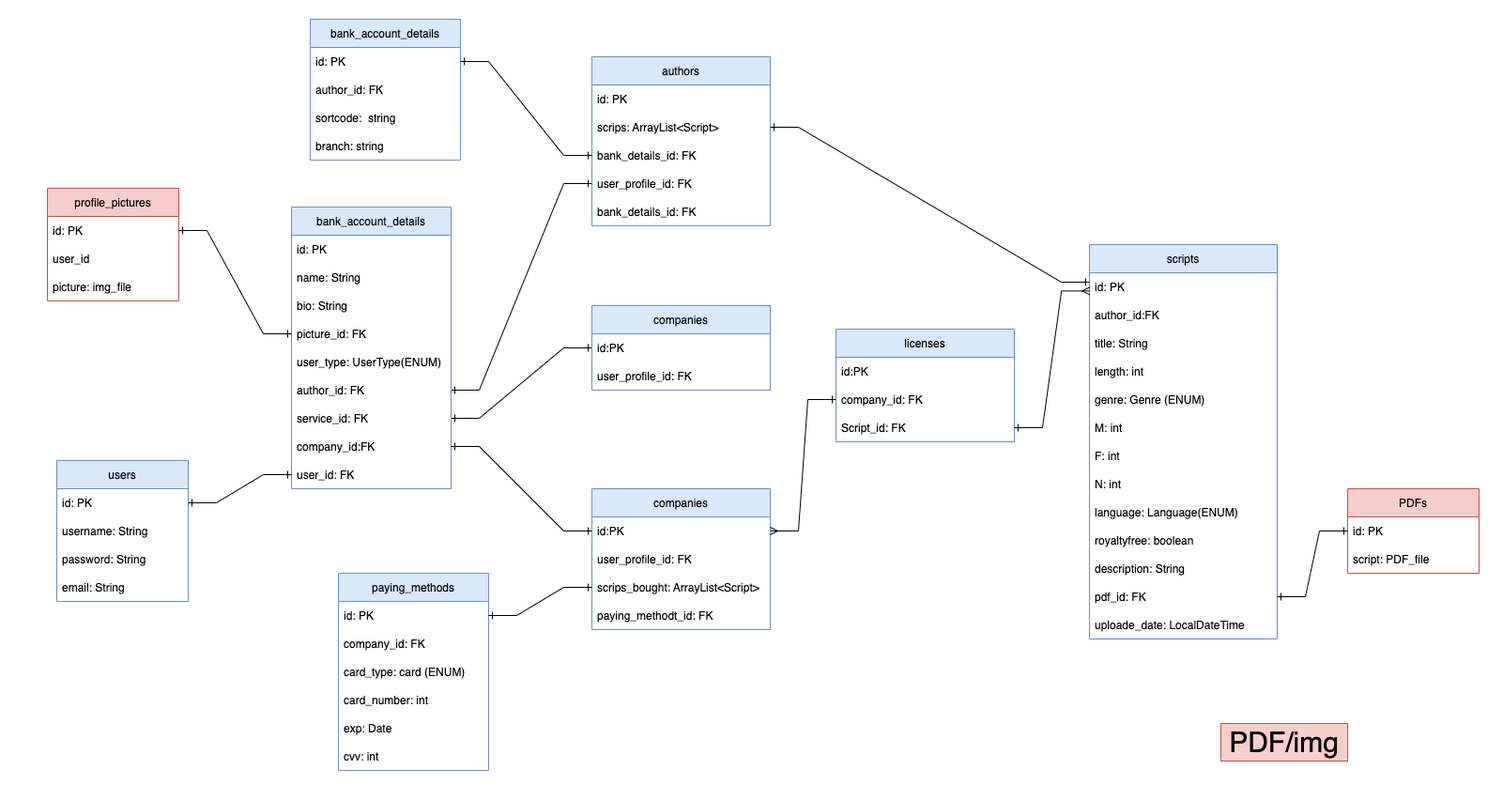
The draw.io diagram planning/db_diagram.png in StBinando/QUILL, before a commit. Source tidied: cells renumbered, new cells last; positions are measured from the earlier drawing's top-left corner, leaving out a move shared by most shapes.
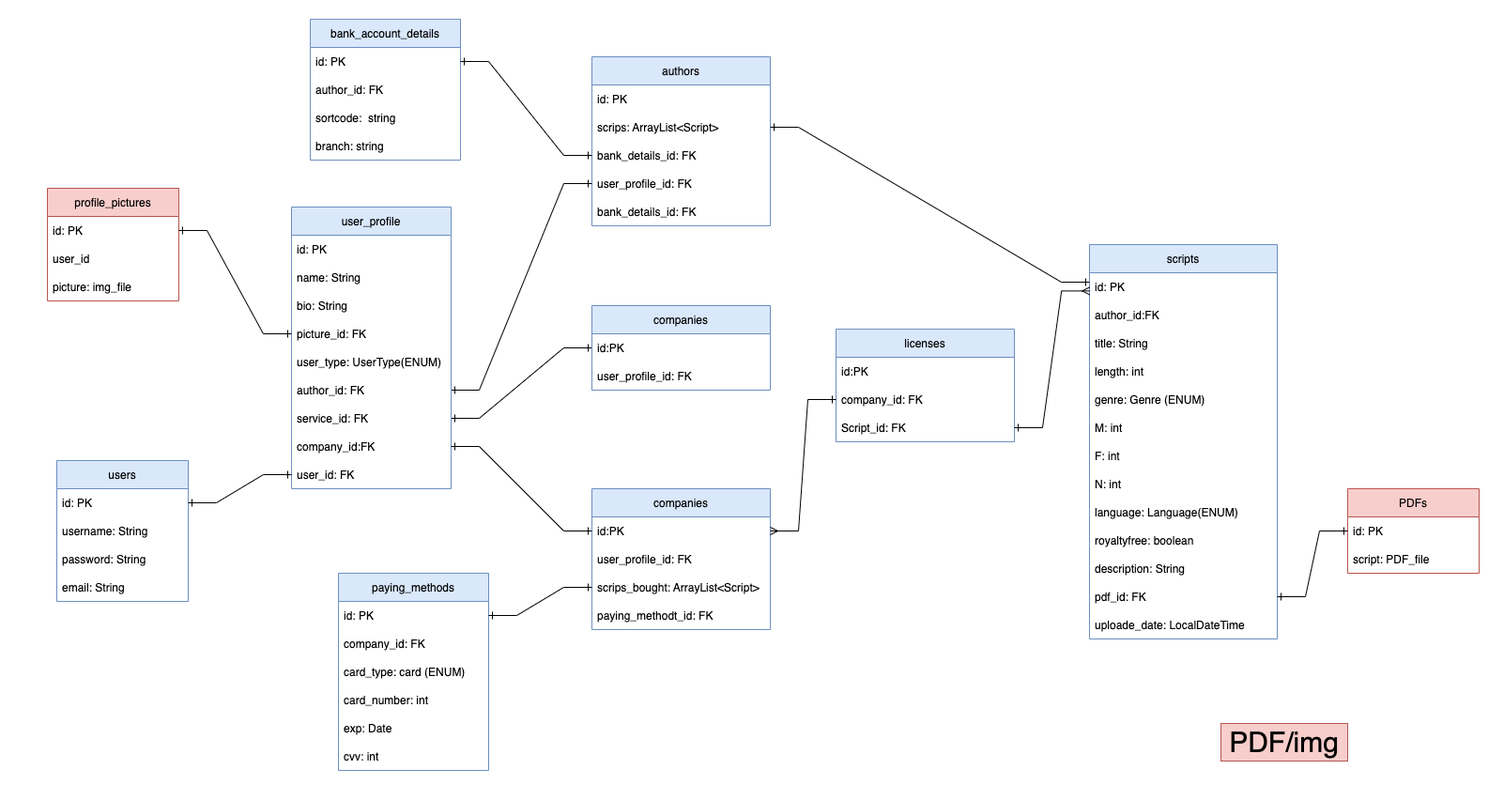
After the commit.

The edit, as a diff of the source:
```diff
@@ -182,7 +182,7 @@
     <mxCell id="61" style="edgeStyle=entityRelationEdgeStyle;rounded=0;jettySize=auto;html=1;exitX=1;exitY=0.5;exitDx=0;exitDy=0;entryX=0;entryY=0.5;entryDx=0;entryDy=0;startArrow=ERone;startFill=0;endArrow=ERone;endFill=0;strokeWidth=1;" parent="1" edge="1" source="68" target="21">
       <mxGeometry relative="1" as="geometry" />
     </mxCell>
-    <mxCell id="62" value="bank_account_details" style="swimlane;fontStyle=0;horizontal=1;startSize=30;fillColor=#dae8fc;strokeColor=#6c8ebf;" parent="1" vertex="1">
+    <mxCell id="62" value="user_profile" style="swimlane;fontStyle=0;horizontal=1;startSize=30;fillColor=#dae8fc;strokeColor=#6c8ebf;" parent="1" vertex="1">
       <mxGeometry x="310" y="220" width="170" height="300" as="geometry" />
     </mxCell>
     <mxCell id="63" value="id: PK" style="text;strokeColor=none;fillColor=none;align=left;verticalAlign=middle;spacingLeft=4;spacingRight=4;overflow=hidden;" parent="62" vertex="1">
```
